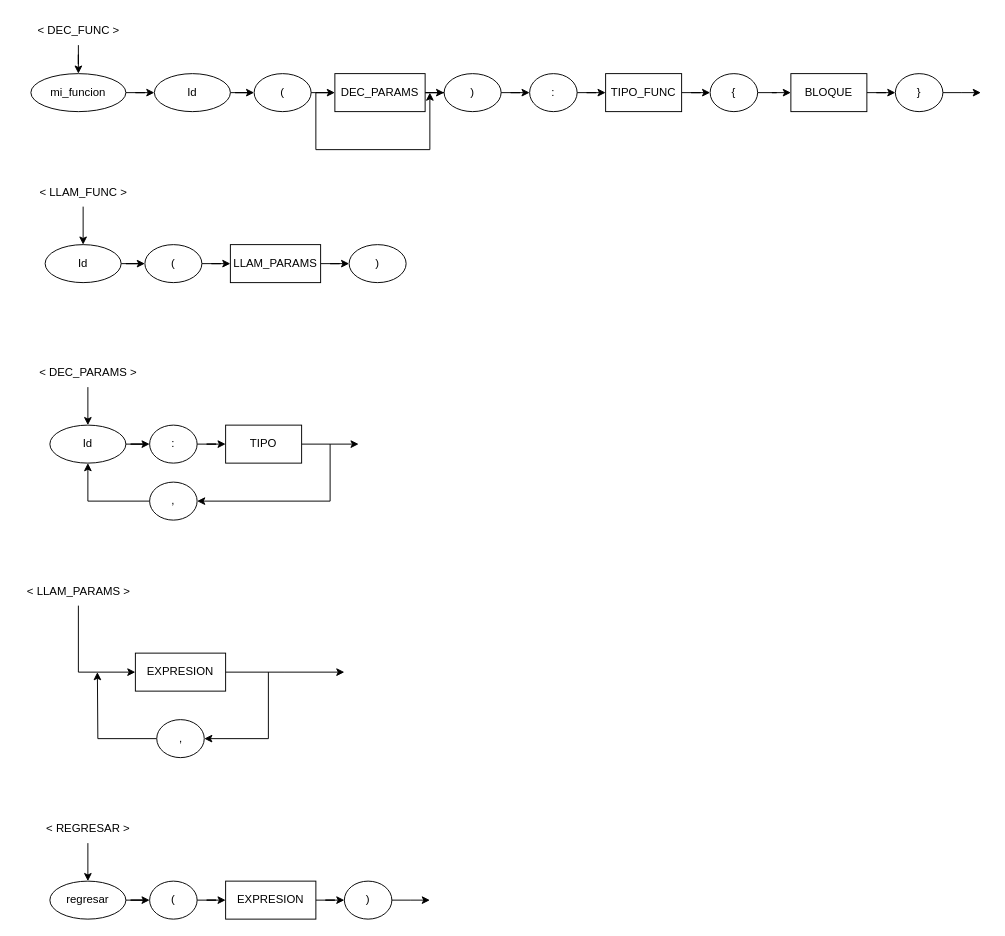
Before: page "FUNC" (4 of 14) of Docs/0. Diagramas.drawio in alexvasqxz/JuniorScript, a draw.io diagram. Source tidied: cells renumbered, new cells numbered last; positions are measured from the earlier drawing's top-left corner, leaving out a move shared by most shapes. Both pictures are drawn from the tidied source at 95%, with x=0, y=0 at pixel (16, 16).
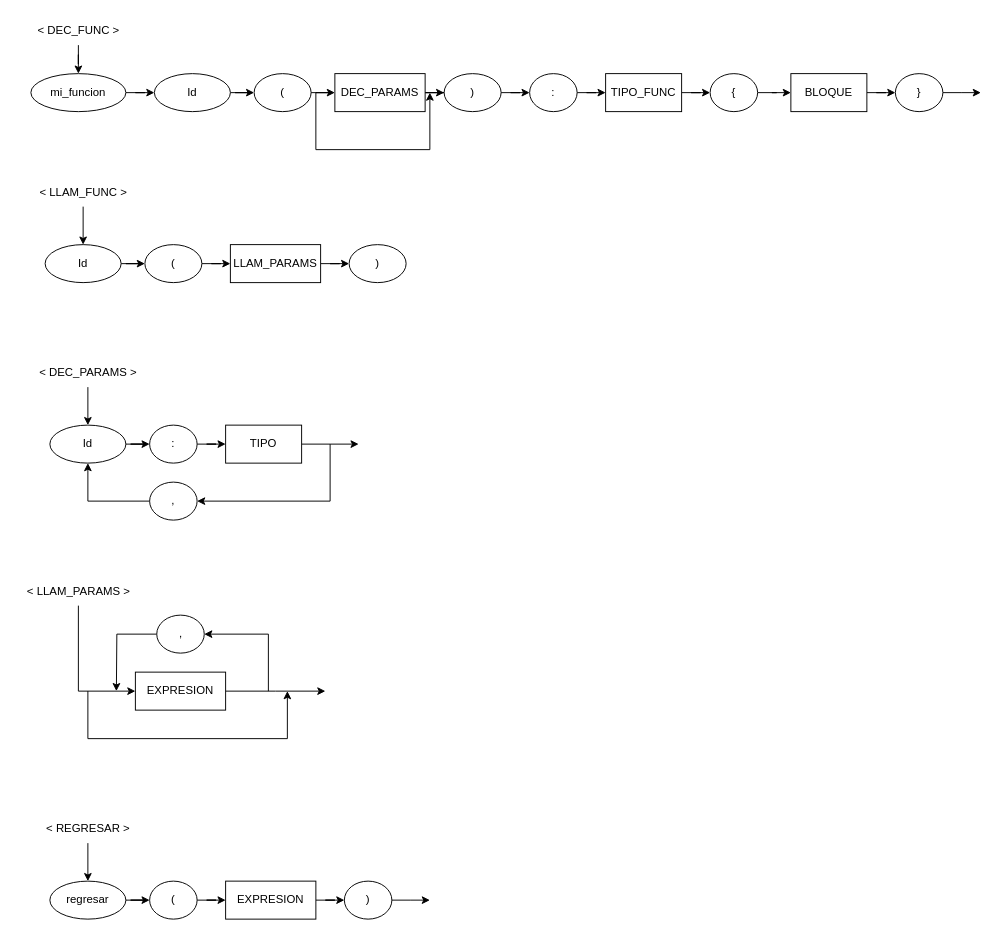
The same diagram, later.

Diff of the diagram source:
```diff
@@
-    <mxCell id="46" style="edgeStyle=orthogonalEdgeStyle;rounded=0;jettySize=auto;html=1;" parent="1" edge="1" source="47">
-      <mxGeometry relative="1" as="geometry">
-        <mxPoint x="345" y="690" as="targetPoint" />
-      </mxGeometry>
-    </mxCell>
+    <mxCell id="62" style="edgeStyle=orthogonalEdgeStyle;rounded=0;jettySize=auto;html=1;" parent="1" edge="1" source="47">
+      <mxGeometry relative="1" as="geometry">
+        <mxPoint x="325" y="710" as="targetPoint" />
+      </mxGeometry>
+    </mxCell>
     <mxCell id="47" value="EXPRESION" style="rounded=0;whiteSpace=wrap;html=1;" parent="1" vertex="1">
-      <mxGeometry x="125" y="670" width="95" height="40" as="geometry" />
+      <mxGeometry x="125" y="690" width="95" height="40" as="geometry" />
     </mxCell>
-    <mxCell id="48" style="edgeStyle=orthogonalEdgeStyle;rounded=0;jettySize=auto;html=1;" parent="1" edge="1" source="49">
-      <mxGeometry relative="1" as="geometry">
-        <mxPoint x="85" y="690" as="targetPoint" />
-      </mxGeometry>
-    </mxCell>
+    <mxCell id="63" style="edgeStyle=orthogonalEdgeStyle;rounded=0;jettySize=auto;html=1;" parent="1" edge="1" source="49">
+      <mxGeometry relative="1" as="geometry">
+        <mxPoint x="105" y="710" as="targetPoint" />
+      </mxGeometry>
+    </mxCell>
     <mxCell id="49" value="," style="ellipse;whiteSpace=wrap;html=1;" parent="1" vertex="1">
-      <mxGeometry x="147.5" y="740" width="50" height="40" as="geometry" />
+      <mxGeometry x="147.5" y="630" width="50" height="40" as="geometry" />
     </mxCell>
     <mxCell id="50" style="endArrow=classic;html=1;rounded=0;entryX=1;entryY=0.5;entryDx=0;entryDy=0;" parent="1" edge="1" target="49">
       <mxGeometry relative="1" as="geometry">
-        <mxPoint x="265" y="690" as="sourcePoint" />
+        <mxPoint x="265" y="710" as="sourcePoint" />
         <Array as="points">
-          <mxPoint x="265" y="760" />
+          <mxPoint x="265" y="650" />
         </Array>
       </mxGeometry>
     </mxCell>
@@
+    <mxCell id="64" style="endArrow=classic;html=1;rounded=0;" parent="1" edge="1">
+      <mxGeometry relative="1" as="geometry">
+        <mxPoint x="75" y="710" as="sourcePoint" />
+        <mxPoint x="285" y="710" as="targetPoint" />
+        <Array as="points">
+          <mxPoint x="75" y="760" />
+          <mxPoint x="285" y="760" />
+        </Array>
+      </mxGeometry>
+    </mxCell>
```
